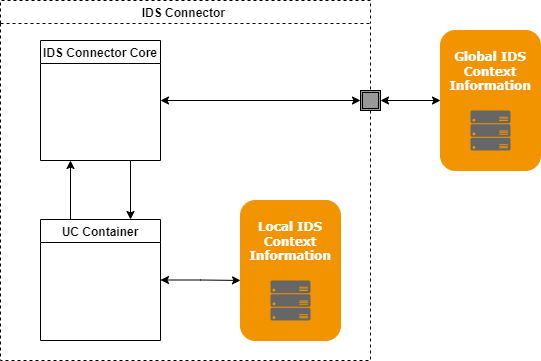
This is documentation/4_Perspectives_of_the_Reference_Architecture_Model/4_1_Security_Perspective/media/Context-information-and-execution-point-PIP.drawio.png from International-Data-Spaces-Association/IDS-RAM_4_0, a draw.io export, as it was before one commit. Source tidied: cells renumbered, new cells last; positions are measured from the earlier drawing's top-left corner, leaving out a move shared by most shapes.
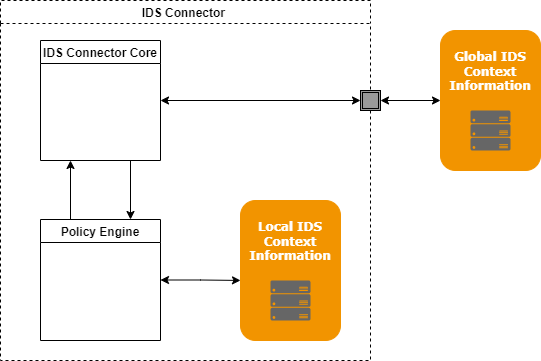
Above is the later version.

Change to the diagram source:
```diff
@@ -11,7 +11,7 @@
     <mxCell id="4" style="edgeStyle=orthogonalEdgeStyle;rounded=0;jettySize=auto;html=1;exitX=1;exitY=0.5;exitDx=0;exitDy=0;startArrow=classic;startFill=1;entryX=0;entryY=0.571;entryDx=0;entryDy=0;entryPerimeter=0;" parent="2" edge="1" source="5" target="7">
       <mxGeometry relative="1" as="geometry" />
     </mxCell>
-    <mxCell id="5" value="UC Container" style="swimlane;fontSize=12;startSize=23;" parent="2" vertex="1">
+    <mxCell id="5" value="Policy Engine" style="swimlane;fontSize=12;startSize=23;" parent="2" vertex="1">
       <mxGeometry x="40" y="219" width="120" height="121" as="geometry" />
     </mxCell>
     <mxCell id="6" value="IDS Connector Core" style="swimlane;startSize=23;" parent="2" vertex="1">
```
